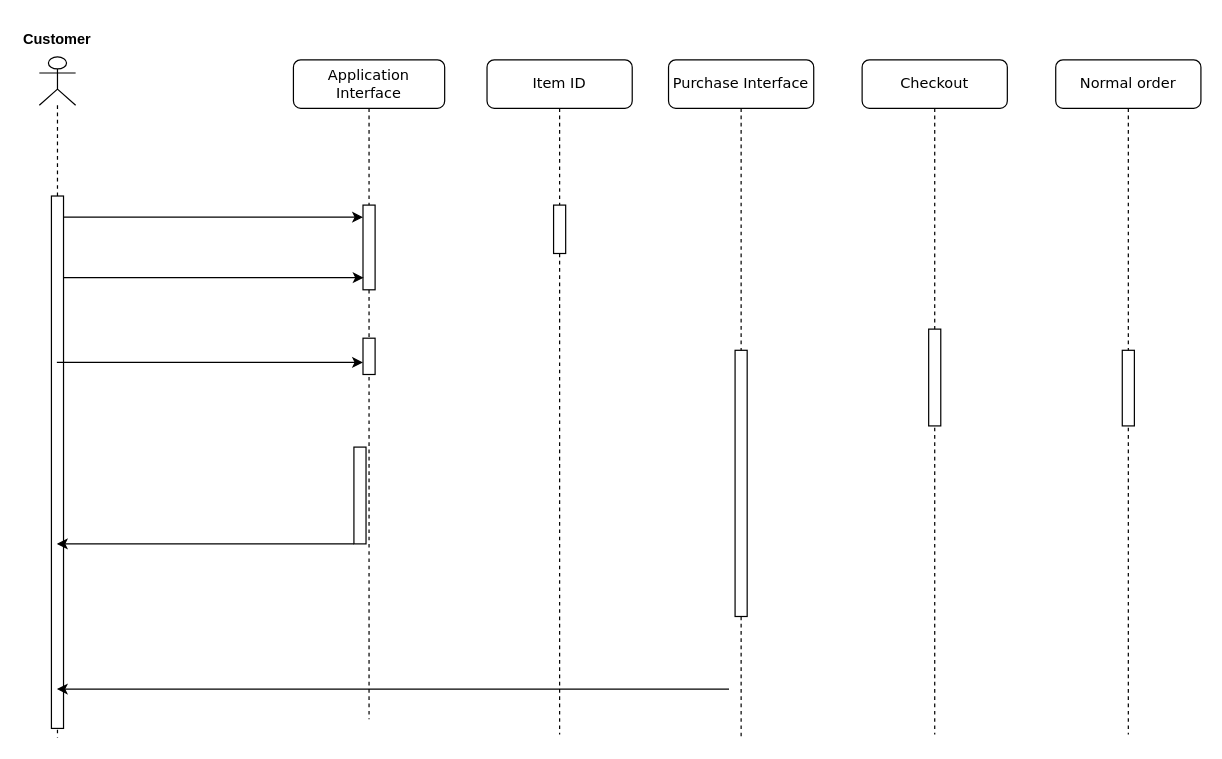
Arxonus/Programms keeps this draw.io diagram as sequence Diagram.drawio. Above is the earlier version. Source tidied: cells renumbered, new cells numbered last; positions are measured from the earlier drawing's top-left corner, leaving out a move shared by most shapes. Both pictures are drawn from the tidied source at 121%, with x=0, y=0 at pixel (21, 21).
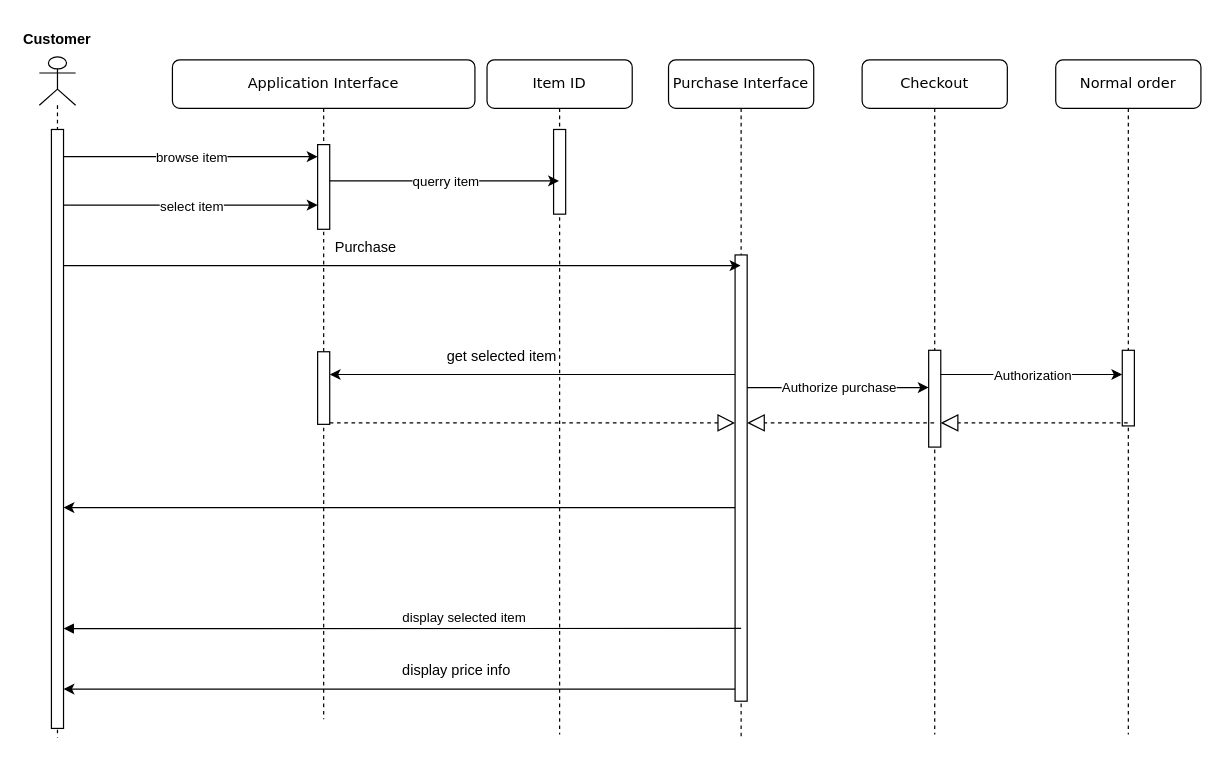
Above is the later version.

Unchanged cells that the change refers to:
```xml
<mxCell id="6" value="Item ID" style="shape=umlLifeline;perimeter=lifelinePerimeter;whiteSpace=wrap;html=1;outlineConnect=0;rounded=1;shadow=0;comic=0;labelBackgroundColor=none;strokeWidth=1;fontFamily=Verdana;fontSize=12;align=center;" parent="1" vertex="1">
  <mxGeometry x="385" y="32" width="120" height="557.5" as="geometry" />
</mxCell>
<mxCell id="8" value="Purchase Interface" style="shape=umlLifeline;perimeter=lifelinePerimeter;whiteSpace=wrap;html=1;outlineConnect=0;rounded=1;shadow=0;comic=0;labelBackgroundColor=none;strokeWidth=1;fontFamily=Verdana;fontSize=12;align=center;" parent="1" vertex="1">
  <mxGeometry x="535" y="32" width="120" height="560" as="geometry" />
</mxCell>
<mxCell id="10" style="shape=umlLifeline;perimeter=lifelinePerimeter;whiteSpace=wrap;html=1;outlineConnect=0;portConstraint=eastwest;newEdgeStyle={&quot;edgeStyle&quot;:&quot;elbowEdgeStyle&quot;,&quot;elbow&quot;:&quot;vertical&quot;,&quot;curved&quot;:0,&quot;rounded&quot;:0};participant=umlActor;" parent="1" vertex="1">
  <mxGeometry x="15" y="29.5" width="30" height="562.5" as="geometry" />
</mxCell>
<mxCell id="18" value="Checkout" style="shape=umlLifeline;perimeter=lifelinePerimeter;whiteSpace=wrap;html=1;outlineConnect=0;rounded=1;shadow=0;comic=0;labelBackgroundColor=none;strokeWidth=1;fontFamily=Verdana;fontSize=12;align=center;" parent="1" vertex="1">
  <mxGeometry x="695" y="32" width="120" height="557.5" as="geometry" />
</mxCell>
<mxCell id="20" value="Normal order" style="shape=umlLifeline;perimeter=lifelinePerimeter;whiteSpace=wrap;html=1;outlineConnect=0;rounded=1;shadow=0;comic=0;labelBackgroundColor=none;strokeWidth=1;fontFamily=Verdana;fontSize=12;align=center;" parent="1" vertex="1">
  <mxGeometry x="855" y="32" width="120" height="557.5" as="geometry" />
</mxCell>
```

Diff of the diagram source:
```diff
@@
     <mxCell id="2" value="Application Interface" style="shape=umlLifeline;perimeter=lifelinePerimeter;whiteSpace=wrap;html=1;rounded=1;shadow=0;comic=0;labelBackgroundColor=none;strokeWidth=1;fontFamily=Verdana;fontSize=12;align=center;" parent="1" vertex="1">
-      <mxGeometry x="225" y="32" width="125" height="545" as="geometry" />
+      <mxGeometry x="125" y="32" width="250" height="545" as="geometry" />
     </mxCell>
     <mxCell id="3" style="html=1;points=[];perimeter=orthogonalPerimeter;outlineConnect=0;targetShapes=umlLifeline;portConstraint=eastwest;newEdgeStyle={&quot;edgeStyle&quot;:&quot;elbowEdgeStyle&quot;,&quot;elbow&quot;:&quot;vertical&quot;,&quot;curved&quot;:0,&quot;rounded&quot;:0};" parent="2" vertex="1">
-      <mxGeometry x="57.5" y="120" width="10" height="70" as="geometry" />
+      <mxGeometry x="120" y="70" width="10" height="70" as="geometry" />
     </mxCell>
-    <mxCell id="4" style="html=1;points=[];perimeter=orthogonalPerimeter;outlineConnect=0;targetShapes=umlLifeline;portConstraint=eastwest;newEdgeStyle={&quot;edgeStyle&quot;:&quot;elbowEdgeStyle&quot;,&quot;elbow&quot;:&quot;vertical&quot;,&quot;curved&quot;:0,&quot;rounded&quot;:0};" parent="2" vertex="1">
-      <mxGeometry x="50" y="320" width="10" height="80" as="geometry" />
-    </mxCell>
     <mxCell id="5" style="html=1;points=[];perimeter=orthogonalPerimeter;outlineConnect=0;targetShapes=umlLifeline;portConstraint=eastwest;newEdgeStyle={&quot;edgeStyle&quot;:&quot;elbowEdgeStyle&quot;,&quot;elbow&quot;:&quot;vertical&quot;,&quot;curved&quot;:0,&quot;rounded&quot;:0};" parent="2" vertex="1">
-      <mxGeometry x="57.5" y="230" width="10" height="30" as="geometry" />
+      <mxGeometry x="120" y="241.2" width="10" height="60" as="geometry" />
     </mxCell>
+    <mxCell id="22" value="Purchase" style="text;html=1;strokeColor=none;fillColor=none;align=center;verticalAlign=middle;whiteSpace=wrap;rounded=0;" parent="2" vertex="1">
+      <mxGeometry x="120" y="140" width="80" height="30" as="geometry" />
+    </mxCell>
@@
     <mxCell id="7" style="html=1;perimeter=orthogonalPerimeter;targetShapes=umlLifeline;newEdgeStyle={&quot;edgeStyle&quot;:&quot;elbowEdgeStyle&quot;,&quot;elbow&quot;:&quot;vertical&quot;,&quot;curved&quot;:0,&quot;rounded&quot;:0};" parent="6" vertex="1">
-      <mxGeometry x="55" y="120" width="10" height="40" as="geometry" />
+      <mxGeometry x="55" y="57.5" width="10" height="70" as="geometry" />
     </mxCell>
+    <mxCell id="23" value="get selected item" style="text;html=1;strokeColor=none;fillColor=none;align=center;verticalAlign=middle;whiteSpace=wrap;rounded=0;" parent="6" vertex="1">
+      <mxGeometry x="-40" y="230" width="105" height="30" as="geometry" />
+    </mxCell>
+    <mxCell id="24" value="display price info" style="text;html=1;strokeColor=none;fillColor=none;align=center;verticalAlign=middle;whiteSpace=wrap;rounded=0;" parent="6" vertex="1">
+      <mxGeometry x="-80" y="490" width="110" height="30" as="geometry" />
+    </mxCell>
@@
     <mxCell id="9" style="html=1;points=[];perimeter=orthogonalPerimeter;outlineConnect=0;targetShapes=umlLifeline;portConstraint=eastwest;newEdgeStyle={&quot;edgeStyle&quot;:&quot;elbowEdgeStyle&quot;,&quot;elbow&quot;:&quot;vertical&quot;,&quot;curved&quot;:0,&quot;rounded&quot;:0};" parent="8" vertex="1">
-      <mxGeometry x="55" y="240" width="10" height="220" as="geometry" />
+      <mxGeometry x="55" y="161.2" width="10" height="368.8" as="geometry" />
     </mxCell>
@@
     <mxCell id="11" style="html=1;points=[];perimeter=orthogonalPerimeter;outlineConnect=0;targetShapes=umlLifeline;portConstraint=eastwest;newEdgeStyle={&quot;edgeStyle&quot;:&quot;elbowEdgeStyle&quot;,&quot;elbow&quot;:&quot;vertical&quot;,&quot;curved&quot;:0,&quot;rounded&quot;:0};" parent="10" vertex="1">
-      <mxGeometry x="10" y="115" width="10" height="440" as="geometry" />
+      <mxGeometry x="10" y="60" width="10" height="495" as="geometry" />
     </mxCell>
@@
-    <mxCell id="13" style="endArrow=classic;html=1;rounded=0;" parent="1" edge="1" source="11" target="3">
-      <mxGeometry relative="1" as="geometry">
-        <Array as="points">
-          <mxPoint x="155" y="162" />
-        </Array>
-      </mxGeometry>
-    </mxCell>
-    <mxCell id="14" style="endArrow=classic;html=1;rounded=0;" parent="1" edge="1" source="4" target="10">
-      <mxGeometry relative="1" as="geometry">
-        <Array as="points">
-          <mxPoint x="275" y="432" />
-        </Array>
-      </mxGeometry>
-    </mxCell>
-    <mxCell id="15" style="endArrow=classic;html=1;rounded=0;" parent="1" edge="1" source="10" target="5">
-      <mxGeometry relative="1" as="geometry">
-        <Array as="points">
-          <mxPoint x="155" y="282" />
-        </Array>
-      </mxGeometry>
-    </mxCell>
-    <mxCell id="16" style="endArrow=classic;html=1;rounded=0;" parent="1" edge="1" target="10">
+    <mxCell id="16" style="endArrow=classic;html=1;rounded=0;" parent="1" edge="1" source="9">
       <mxGeometry relative="1" as="geometry">
-        <mxPoint x="585" y="552" as="sourcePoint" />
+        <mxPoint x="35" y="552" as="targetPoint" />
       </mxGeometry>
     </mxCell>
-    <mxCell id="17" style="endArrow=classic;html=1;rounded=0;" parent="1" edge="1">
-      <mxGeometry relative="1" as="geometry">
-        <mxPoint x="35" y="212" as="sourcePoint" />
-        <mxPoint x="283" y="212" as="targetPoint" />
-        <Array as="points">
-          <mxPoint x="155" y="212" />
-        </Array>
-      </mxGeometry>
-    </mxCell>
@@
     <mxCell id="19" style="html=1;points=[];perimeter=orthogonalPerimeter;outlineConnect=0;targetShapes=umlLifeline;portConstraint=eastwest;newEdgeStyle={&quot;edgeStyle&quot;:&quot;elbowEdgeStyle&quot;,&quot;elbow&quot;:&quot;vertical&quot;,&quot;curved&quot;:0,&quot;rounded&quot;:0};" parent="18" vertex="1">
-      <mxGeometry x="55" y="222.5" width="10" height="80" as="geometry" />
+      <mxGeometry x="55" y="240" width="10" height="80" as="geometry" />
     </mxCell>
+    <mxCell id="25" style="endArrow=classic;html=1;rounded=0;" parent="18" edge="1" source="9">
+      <mxGeometry relative="1" as="geometry">
+        <mxPoint x="55" y="270.8" as="targetPoint" />
+      </mxGeometry>
+    </mxCell>
+    <mxCell id="26" value="Authorize purchase" style="edgeLabel;html=1;align=center;verticalAlign=middle;" parent="25" vertex="1">
+      <mxGeometry relative="1" as="geometry" />
+    </mxCell>
@@
+    <mxCell id="27" style="endArrow=classic;html=1;rounded=0;" parent="20" edge="1" source="19">
+      <mxGeometry relative="1" as="geometry">
+        <mxPoint x="55" y="260" as="targetPoint" />
+        <Array as="points">
+          <mxPoint x="55" y="260" />
+        </Array>
+      </mxGeometry>
+    </mxCell>
+    <mxCell id="28" value="Authorization" style="edgeLabel;html=1;align=center;verticalAlign=middle;" parent="27" vertex="1">
+      <mxGeometry relative="1" as="geometry" />
+    </mxCell>
+    <mxCell id="29" style="endArrow=classic;html=1;rounded=0;" parent="1" edge="1" source="11" target="3">
+      <mxGeometry relative="1" as="geometry">
+        <Array as="points">
+          <mxPoint x="205" y="112" />
+        </Array>
+      </mxGeometry>
+    </mxCell>
+    <mxCell id="30" value="browse item" style="edgeLabel;html=1;align=center;verticalAlign=middle;" parent="29" vertex="1">
+      <mxGeometry relative="1" as="geometry" />
+    </mxCell>
+    <mxCell id="31" style="endArrow=classic;html=1;rounded=0;" parent="1" edge="1" source="11" target="3">
+      <mxGeometry relative="1" as="geometry">
+        <Array as="points">
+          <mxPoint x="145" y="152" />
+        </Array>
+      </mxGeometry>
+    </mxCell>
+    <mxCell id="32" value="select item" style="edgeLabel;html=1;align=center;verticalAlign=middle;" parent="31" vertex="1">
+      <mxGeometry relative="1" as="geometry" />
+    </mxCell>
+    <mxCell id="33" style="endArrow=classic;html=1;rounded=0;" parent="1" edge="1" source="3" target="6">
+      <mxGeometry relative="1" as="geometry">
+        <Array as="points">
+          <mxPoint x="405" y="132" />
+        </Array>
+      </mxGeometry>
+    </mxCell>
+    <mxCell id="34" value="querry item" style="edgeLabel;html=1;align=center;verticalAlign=middle;" parent="33" vertex="1">
+      <mxGeometry relative="1" as="geometry" />
+    </mxCell>
+    <mxCell id="35" style="endArrow=classic;html=1;rounded=0;" parent="1" edge="1" source="11" target="8">
+      <mxGeometry relative="1" as="geometry">
+        <Array as="points">
+          <mxPoint x="315" y="202" />
+        </Array>
+      </mxGeometry>
+    </mxCell>
+    <mxCell id="36" style="endArrow=classic;html=1;rounded=0;" parent="1" edge="1" source="9" target="11">
+      <mxGeometry relative="1" as="geometry">
+        <Array as="points">
+          <mxPoint x="315" y="402" />
+        </Array>
+      </mxGeometry>
+    </mxCell>
+    <mxCell id="37" style="endArrow=classic;html=1;rounded=0;" parent="1" edge="1" source="9" target="5">
+      <mxGeometry relative="1" as="geometry">
+        <Array as="points">
+          <mxPoint x="575" y="292" />
+          <mxPoint x="545" y="292" />
+          <mxPoint x="465" y="292" />
+        </Array>
+      </mxGeometry>
+    </mxCell>
+    <mxCell id="38" style="endArrow=block;dashed=1;endFill=0;endSize=12;html=1;rounded=0;" parent="1" edge="1" source="5" target="9">
+      <mxGeometry relative="1" as="geometry">
+        <Array as="points">
+          <mxPoint x="415" y="332" />
+          <mxPoint x="515" y="332" />
+        </Array>
+      </mxGeometry>
+    </mxCell>
+    <mxCell id="39" value="display selected item" style="html=1;verticalAlign=bottom;endArrow=block;edgeStyle=elbowEdgeStyle;elbow=vertical;curved=0;rounded=0;exitX=0.5;exitY=0.837;exitDx=0;exitDy=0;exitPerimeter=0;" parent="1" edge="1" source="9" target="11">
+      <mxGeometry x="-0.18" relative="1" as="geometry">
+        <mxPoint x="1" as="offset" />
+      </mxGeometry>
+    </mxCell>
+    <mxCell id="40" style="endArrow=block;dashed=1;endFill=0;endSize=12;html=1;rounded=0;" parent="1" edge="1" source="20" target="19">
+      <mxGeometry relative="1" as="geometry">
+        <Array as="points">
+          <mxPoint x="845" y="332" />
+        </Array>
+      </mxGeometry>
+    </mxCell>
+    <mxCell id="41" style="endArrow=block;dashed=1;endFill=0;endSize=12;html=1;rounded=0;" parent="1" edge="1" source="18" target="9">
+      <mxGeometry relative="1" as="geometry">
+        <Array as="points">
+          <mxPoint x="675" y="332" />
+        </Array>
+      </mxGeometry>
+    </mxCell>
```
